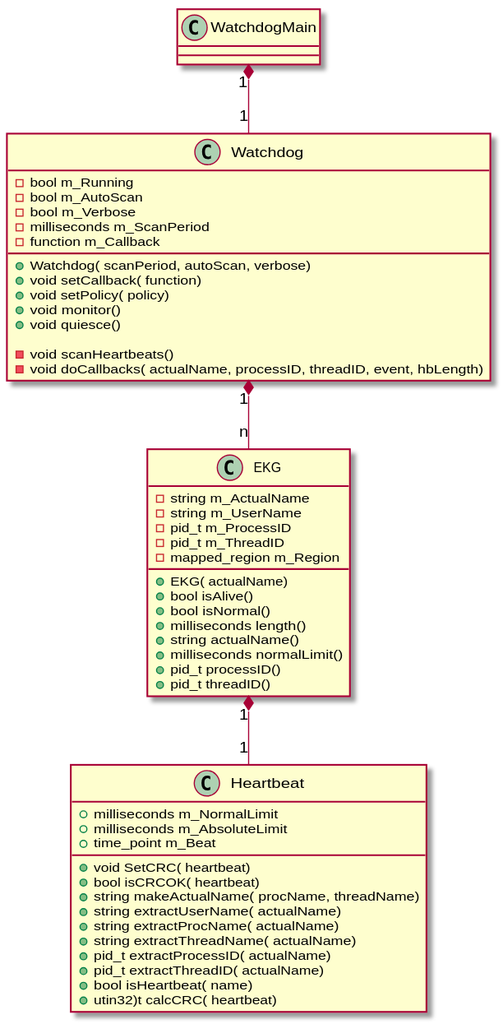
delaneymorgan/Watchdog keeps this PlantUML diagram as WatchdogMain.svg. Above is the earlier version. Source of this version:
```plantuml
@startuml
class WatchdogMain

class Watchdog {
-bool m_Running
-bool m_AutoScan
-bool m_Verbose
-milliseconds m_ScanPeriod
-function m_Callback

+Watchdog( scanPeriod, autoScan, verbose)
+void setCallback( function)
+void setPolicy( policy)
+void monitor()
+void quiesce()

-void scanHeartbeats()
-void doCallbacks( actualName, processID, threadID, event, hbLength)
}

class EKG {
-string m_ActualName
-string m_UserName
-pid_t m_ProcessID
-pid_t m_ThreadID
-mapped_region m_Region

+EKG( actualName)
+bool isAlive()
+bool isNormal()
+milliseconds length()
+string actualName()
+milliseconds normalLimit()
+pid_t processID()
+pid_t threadID()
}

class Heartbeat {
+milliseconds m_NormalLimit
+milliseconds m_AbsoluteLimit
+time_point m_Beat

+void SetCRC( heartbeat)
+bool isCRCOK( heartbeat)
+string makeActualName( procName, threadName)
+string extractUserName( actualName)
+string extractProcName( actualName)
+string extractThreadName( actualName)
+pid_t extractProcessID( actualName)
+pid_t extractThreadID( actualName)
+bool isHeartbeat( name)
+utin32)t calcCRC( heartbeat)
}
WatchdogMain "1" *-- "1" Watchdog
Watchdog "1" *-- "n" EKG
EKG "1" *-- "1" Heartbeat
@enduml
```
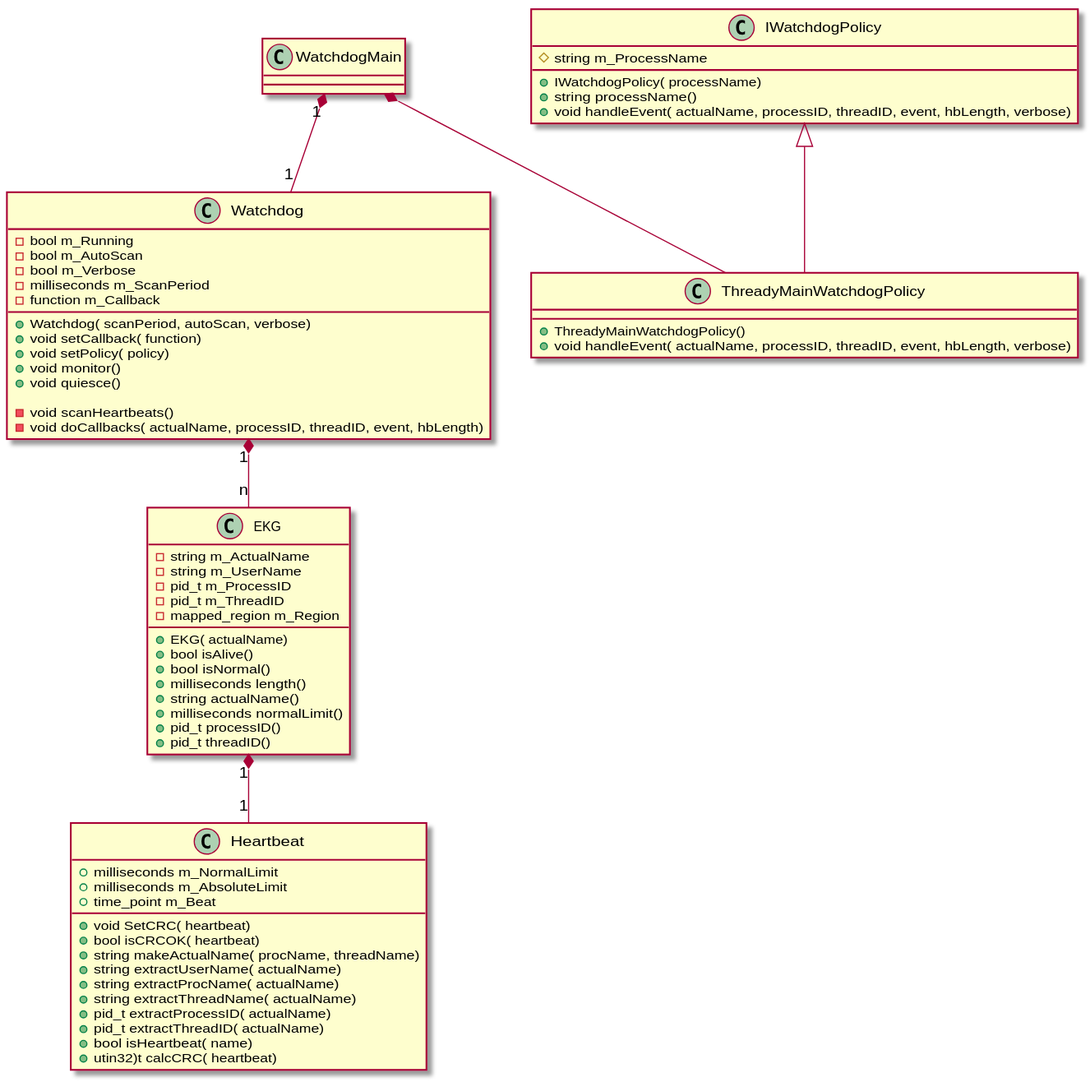
Above is the later version.

What changed in the source:
```diff
@@ -16,6 +16,18 @@
 
 -void scanHeartbeats()
 -void doCallbacks( actualName, processID, threadID, event, hbLength)
+}
+
+class IWatchdogPolicy {
+#string m_ProcessName
++IWatchdogPolicy( processName)
++string processName()
++void handleEvent( actualName, processID, threadID, event, hbLength, verbose)
+}
+
+class ThreadyMainWatchdogPolicy {
++ThreadyMainWatchdogPolicy()
++void handleEvent( actualName, processID, threadID, event, hbLength, verbose)
 }
 
 class EKG {
@@ -54,4 +66,6 @@
 WatchdogMain "1" *-- "1" Watchdog
 Watchdog "1" *-- "n" EKG
 EKG "1" *-- "1" Heartbeat
+IWatchdogPolicy <|-- ThreadyMainWatchdogPolicy
+WatchdogMain *-- ThreadyMainWatchdogPolicy
 @enduml
```
